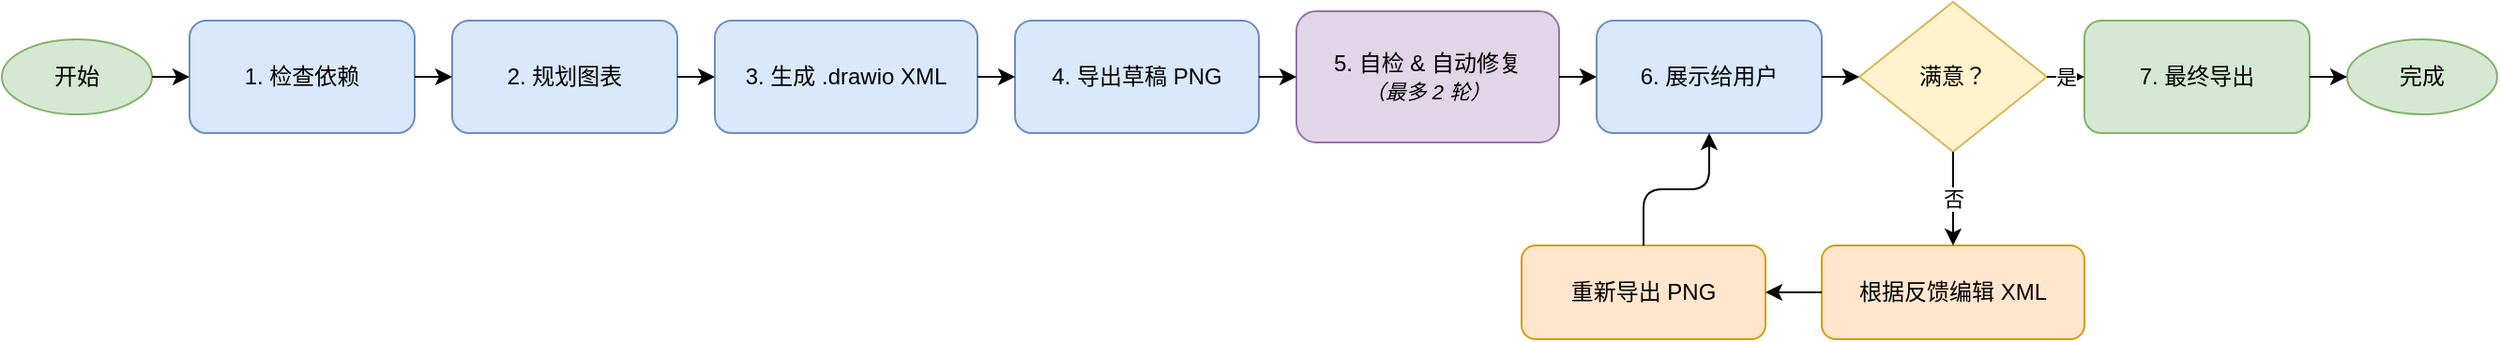
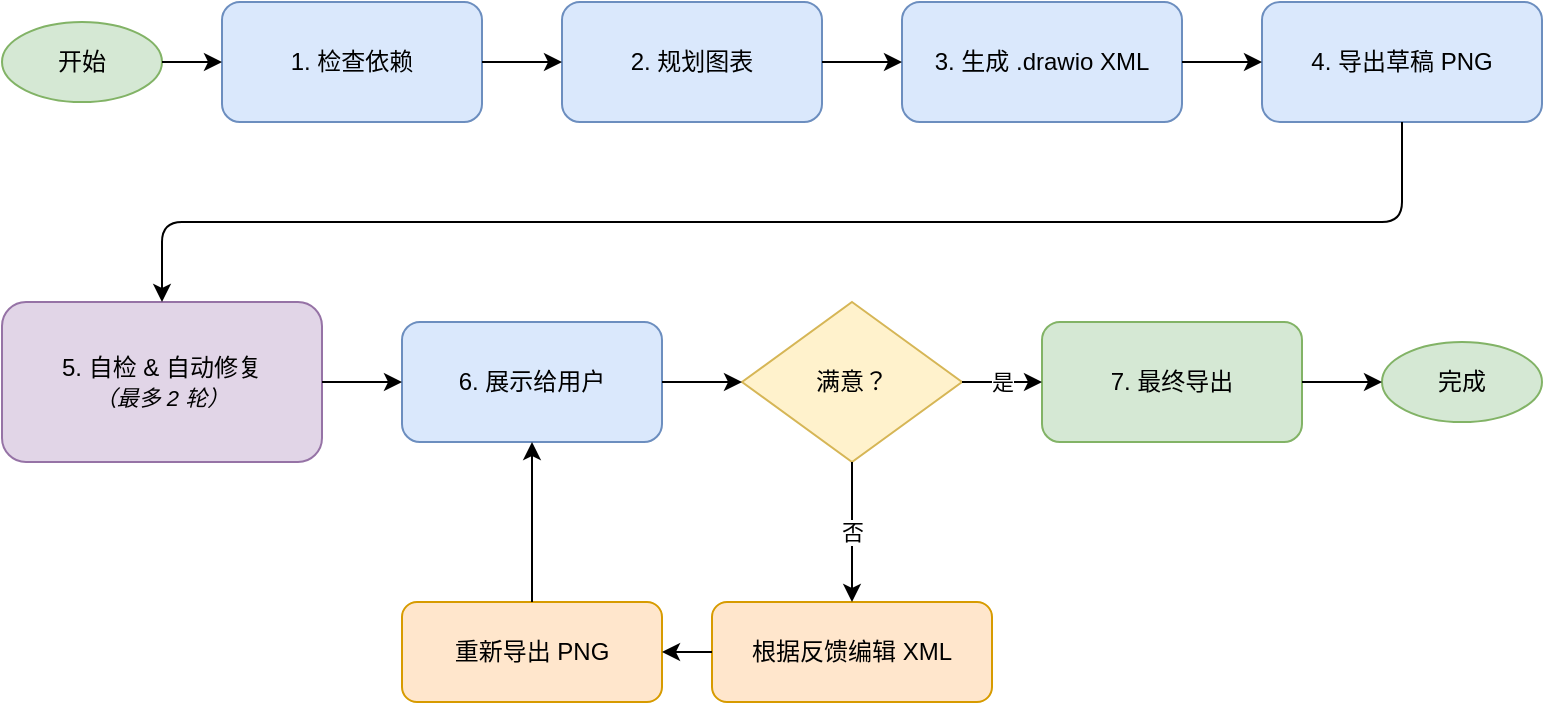
<?xml version="1.0" encoding="UTF-8"?>
<mxfile host="drawio" version="26.0.0">
  <diagram name="Page-1">
-     <mxGraphModel pageWidth="1400" pageHeight="320" grid="1" gridSize="10" guides="1" tooltips="1" connect="1" arrows="1" fold="1" page="1" pageScale="1" math="0" shadow="0">
+     <mxGraphModel pageWidth="820" pageHeight="460" grid="1" gridSize="10" guides="1" tooltips="1" connect="1" arrows="1" fold="1" page="1" pageScale="1" math="0" shadow="0">
      <root>
        <mxCell id="0" />
        <mxCell id="1" parent="0" />

-         <!-- 开始 -->
+         <!-- Row 1 -->
        <mxCell id="2" value="开始" style="ellipse;whiteSpace=wrap;html=1;fillColor=#d5e8d4;strokeColor=#82b366;" vertex="1" parent="1">
-           <mxGeometry x="20" y="130" width="80" height="40" as="geometry" />
+           <mxGeometry x="20" y="90" width="80" height="40" as="geometry" />
+         </mxCell>
+         <mxCell id="3" value="1. 检查依赖" style="rounded=1;whiteSpace=wrap;html=1;fillColor=#dae8fc;strokeColor=#6c8ebf;" vertex="1" parent="1">
+           <mxGeometry x="130" y="80" width="130" height="60" as="geometry" />
+         </mxCell>
+         <mxCell id="4" value="2. 规划图表" style="rounded=1;whiteSpace=wrap;html=1;fillColor=#dae8fc;strokeColor=#6c8ebf;" vertex="1" parent="1">
+           <mxGeometry x="300" y="80" width="130" height="60" as="geometry" />
+         </mxCell>
+         <mxCell id="5" value="3. 生成 .drawio XML" style="rounded=1;whiteSpace=wrap;html=1;fillColor=#dae8fc;strokeColor=#6c8ebf;" vertex="1" parent="1">
+           <mxGeometry x="470" y="80" width="140" height="60" as="geometry" />
+         </mxCell>
+         <mxCell id="6" value="4. 导出草稿 PNG" style="rounded=1;whiteSpace=wrap;html=1;fillColor=#dae8fc;strokeColor=#6c8ebf;" vertex="1" parent="1">
+           <mxGeometry x="650" y="80" width="140" height="60" as="geometry" />
        </mxCell>

-         <!-- 1. 检查依赖 -->
-         <mxCell id="3" value="1. 检查依赖" style="rounded=1;whiteSpace=wrap;html=1;fillColor=#dae8fc;strokeColor=#6c8ebf;" vertex="1" parent="1">
-           <mxGeometry x="120" y="120" width="120" height="60" as="geometry" />
+         <!-- Row 2 -->
+         <mxCell id="7" value="5. 自检 &amp;amp; 自动修复&lt;br&gt;&lt;i style=&quot;font-size:11px&quot;&gt;（最多 2 轮）&lt;/i&gt;" style="rounded=1;whiteSpace=wrap;html=1;fillColor=#e1d5e7;strokeColor=#9673a6;" vertex="1" parent="1">
+           <mxGeometry x="20" y="230" width="160" height="80" as="geometry" />
+         </mxCell>
+         <mxCell id="8" value="6. 展示给用户" style="rounded=1;whiteSpace=wrap;html=1;fillColor=#dae8fc;strokeColor=#6c8ebf;" vertex="1" parent="1">
+           <mxGeometry x="220" y="240" width="130" height="60" as="geometry" />
+         </mxCell>
+         <mxCell id="9" value="满意？" style="rhombus;whiteSpace=wrap;html=1;fillColor=#fff2cc;strokeColor=#d6b656;" vertex="1" parent="1">
+           <mxGeometry x="390" y="230" width="110" height="80" as="geometry" />
+         </mxCell>
+         <mxCell id="12" value="7. 最终导出" style="rounded=1;whiteSpace=wrap;html=1;fillColor=#d5e8d4;strokeColor=#82b366;" vertex="1" parent="1">
+           <mxGeometry x="540" y="240" width="130" height="60" as="geometry" />
+         </mxCell>
+         <mxCell id="13" value="完成" style="ellipse;whiteSpace=wrap;html=1;fillColor=#d5e8d4;strokeColor=#82b366;" vertex="1" parent="1">
+           <mxGeometry x="710" y="250" width="80" height="40" as="geometry" />
        </mxCell>

-         <!-- 2. 规划图表 -->
-         <mxCell id="4" value="2. 规划图表" style="rounded=1;whiteSpace=wrap;html=1;fillColor=#dae8fc;strokeColor=#6c8ebf;" vertex="1" parent="1">
-           <mxGeometry x="260" y="120" width="120" height="60" as="geometry" />
+         <!-- Feedback row -->
+         <mxCell id="10" value="根据反馈编辑 XML" style="rounded=1;whiteSpace=wrap;html=1;fillColor=#ffe6cc;strokeColor=#d79b00;" vertex="1" parent="1">
+           <mxGeometry x="375" y="380" width="140" height="50" as="geometry" />
+         </mxCell>
+         <mxCell id="11" value="重新导出 PNG" style="rounded=1;whiteSpace=wrap;html=1;fillColor=#ffe6cc;strokeColor=#d79b00;" vertex="1" parent="1">
+           <mxGeometry x="220" y="380" width="130" height="50" as="geometry" />
        </mxCell>

-         <!-- 3. 生成 .drawio XML -->
-         <mxCell id="5" value="3. 生成 .drawio XML" style="rounded=1;whiteSpace=wrap;html=1;fillColor=#dae8fc;strokeColor=#6c8ebf;" vertex="1" parent="1">
-           <mxGeometry x="400" y="120" width="140" height="60" as="geometry" />
-         </mxCell>
- 
-         <!-- 4. 导出草稿 PNG -->
-         <mxCell id="6" value="4. 导出草稿 PNG" style="rounded=1;whiteSpace=wrap;html=1;fillColor=#dae8fc;strokeColor=#6c8ebf;" vertex="1" parent="1">
-           <mxGeometry x="560" y="120" width="130" height="60" as="geometry" />
-         </mxCell>
- 
-         <!-- 5. 自检 &amp; 自动修复 -->
-         <mxCell id="7" value="5. 自检 &amp;amp; 自动修复&lt;br&gt;&lt;i style=&quot;font-size:11px&quot;&gt;（最多 2 轮）&lt;/i&gt;" style="rounded=1;whiteSpace=wrap;html=1;fillColor=#e1d5e7;strokeColor=#9673a6;" vertex="1" parent="1">
-           <mxGeometry x="710" y="115" width="140" height="70" as="geometry" />
-         </mxCell>
- 
-         <!-- 6. 展示图片给用户 -->
-         <mxCell id="8" value="6. 展示给用户" style="rounded=1;whiteSpace=wrap;html=1;fillColor=#dae8fc;strokeColor=#6c8ebf;" vertex="1" parent="1">
-           <mxGeometry x="870" y="120" width="120" height="60" as="geometry" />
-         </mxCell>
- 
-         <!-- 满意? -->
-         <mxCell id="9" value="满意？" style="rhombus;whiteSpace=wrap;html=1;fillColor=#fff2cc;strokeColor=#d6b656;" vertex="1" parent="1">
-           <mxGeometry x="1010" y="110" width="100" height="80" as="geometry" />
-         </mxCell>
- 
-         <!-- 7. 最终导出 -->
-         <mxCell id="12" value="7. 最终导出" style="rounded=1;whiteSpace=wrap;html=1;fillColor=#d5e8d4;strokeColor=#82b366;" vertex="1" parent="1">
-           <mxGeometry x="1130" y="120" width="120" height="60" as="geometry" />
-         </mxCell>
- 
-         <!-- 完成 -->
-         <mxCell id="13" value="完成" style="ellipse;whiteSpace=wrap;html=1;fillColor=#d5e8d4;strokeColor=#82b366;" vertex="1" parent="1">
-           <mxGeometry x="1270" y="130" width="80" height="40" as="geometry" />
-         </mxCell>
- 
-         <!-- 根据反馈编辑 XML -->
-         <mxCell id="10" value="根据反馈编辑 XML" style="rounded=1;whiteSpace=wrap;html=1;fillColor=#ffe6cc;strokeColor=#d79b00;" vertex="1" parent="1">
-           <mxGeometry x="990" y="240" width="140" height="50" as="geometry" />
-         </mxCell>
- 
-         <!-- 重新导出 PNG -->
-         <mxCell id="11" value="重新导出 PNG" style="rounded=1;whiteSpace=wrap;html=1;fillColor=#ffe6cc;strokeColor=#d79b00;" vertex="1" parent="1">
-           <mxGeometry x="830" y="240" width="130" height="50" as="geometry" />
-         </mxCell>
- 
-         <!-- Edges: 主流程 -->
+         <!-- Edges: Row 1 LTR -->
        <mxCell id="20" value="" style="edgeStyle=orthogonalEdgeStyle;html=1;exitX=1;exitY=0.5;exitDx=0;exitDy=0;entryX=0;entryY=0.5;entryDx=0;entryDy=0;" edge="1" parent="1" source="2" target="3">
          <mxGeometry relative="1" as="geometry" />
        </mxCell>
        <mxCell id="21" value="" style="edgeStyle=orthogonalEdgeStyle;html=1;exitX=1;exitY=0.5;exitDx=0;exitDy=0;entryX=0;entryY=0.5;entryDx=0;entryDy=0;" edge="1" parent="1" source="3" target="4">
          <mxGeometry relative="1" as="geometry" />
        </mxCell>
        <mxCell id="22" value="" style="edgeStyle=orthogonalEdgeStyle;html=1;exitX=1;exitY=0.5;exitDx=0;exitDy=0;entryX=0;entryY=0.5;entryDx=0;entryDy=0;" edge="1" parent="1" source="4" target="5">
          <mxGeometry relative="1" as="geometry" />
        </mxCell>
        <mxCell id="23" value="" style="edgeStyle=orthogonalEdgeStyle;html=1;exitX=1;exitY=0.5;exitDx=0;exitDy=0;entryX=0;entryY=0.5;entryDx=0;entryDy=0;" edge="1" parent="1" source="5" target="6">
          <mxGeometry relative="1" as="geometry" />
        </mxCell>
-         <mxCell id="24" value="" style="edgeStyle=orthogonalEdgeStyle;html=1;exitX=1;exitY=0.5;exitDx=0;exitDy=0;entryX=0;entryY=0.5;entryDx=0;entryDy=0;" edge="1" parent="1" source="6" target="7">
-           <mxGeometry relative="1" as="geometry" />
+ 
+         <!-- Wrap: 4 -> 5 (down, left, up) -->
+         <mxCell id="24" value="" style="edgeStyle=orthogonalEdgeStyle;html=1;exitX=0.5;exitY=1;exitDx=0;exitDy=0;entryX=0.5;entryY=0;entryDx=0;entryDy=0;" edge="1" parent="1" source="6" target="7">
+           <mxGeometry relative="1" as="geometry">
+             <Array as="points">
+               <mxPoint x="720" y="190" />
+               <mxPoint x="100" y="190" />
+             </Array>
+           </mxGeometry>
        </mxCell>
+ 
+         <!-- Edges: Row 2 LTR -->
        <mxCell id="25" value="" style="edgeStyle=orthogonalEdgeStyle;html=1;exitX=1;exitY=0.5;exitDx=0;exitDy=0;entryX=0;entryY=0.5;entryDx=0;entryDy=0;" edge="1" parent="1" source="7" target="8">
          <mxGeometry relative="1" as="geometry" />
        </mxCell>
        <mxCell id="26" value="" style="edgeStyle=orthogonalEdgeStyle;html=1;exitX=1;exitY=0.5;exitDx=0;exitDy=0;entryX=0;entryY=0.5;entryDx=0;entryDy=0;" edge="1" parent="1" source="8" target="9">
          <mxGeometry relative="1" as="geometry" />
        </mxCell>
- 
-         <!-- 满意? → 是 → 最终导出 -->
        <mxCell id="27" value="是" style="edgeStyle=orthogonalEdgeStyle;html=1;exitX=1;exitY=0.5;exitDx=0;exitDy=0;entryX=0;entryY=0.5;entryDx=0;entryDy=0;" edge="1" parent="1" source="9" target="12">
          <mxGeometry relative="1" as="geometry" />
        </mxCell>
- 
-         <!-- 最终导出 → 完成 -->
        <mxCell id="31" value="" style="edgeStyle=orthogonalEdgeStyle;html=1;exitX=1;exitY=0.5;exitDx=0;exitDy=0;entryX=0;entryY=0.5;entryDx=0;entryDy=0;" edge="1" parent="1" source="12" target="13">
          <mxGeometry relative="1" as="geometry" />
        </mxCell>

-         <!-- 满意? → 否 → 编辑 XML -->
+         <!-- Feedback loop -->
        <mxCell id="28" value="否" style="edgeStyle=orthogonalEdgeStyle;html=1;exitX=0.5;exitY=1;exitDx=0;exitDy=0;entryX=0.5;entryY=0;entryDx=0;entryDy=0;" edge="1" parent="1" source="9" target="10">
          <mxGeometry relative="1" as="geometry" />
        </mxCell>
- 
-         <!-- 编辑 XML → 重新导出 -->
        <mxCell id="29" value="" style="edgeStyle=orthogonalEdgeStyle;html=1;exitX=0;exitY=0.5;exitDx=0;exitDy=0;entryX=1;entryY=0.5;entryDx=0;entryDy=0;" edge="1" parent="1" source="10" target="11">
          <mxGeometry relative="1" as="geometry" />
        </mxCell>
- 
-         <!-- 重新导出 → 6. 展示给用户 -->
        <mxCell id="30" value="" style="edgeStyle=orthogonalEdgeStyle;html=1;exitX=0.5;exitY=0;exitDx=0;exitDy=0;entryX=0.5;entryY=1;entryDx=0;entryDy=0;" edge="1" parent="1" source="11" target="8">
          <mxGeometry relative="1" as="geometry" />
        </mxCell>

      </root>
    </mxGraphModel>
  </diagram>
</mxfile>
